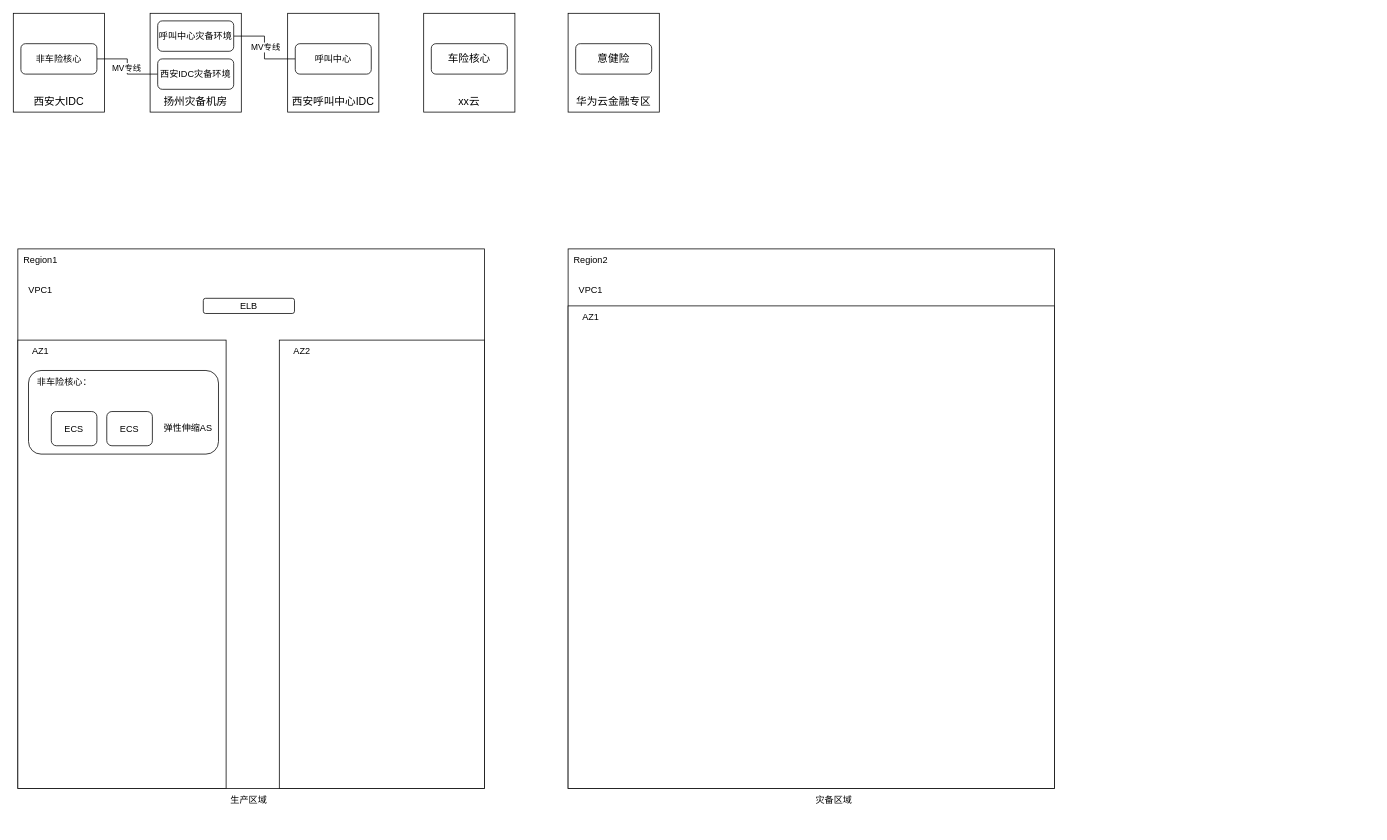
wucaitian/wucaitian keeps this draw.io diagram as 华为云上云架构设计研讨.drawio. Above is the earlier version. Source tidied: cells renumbered, new cells numbered last; positions are measured from the earlier drawing's top-left corner, leaving out a move shared by most shapes. Both pictures are drawn from the tidied source at 76%, with x=0, y=0 at pixel (13, 13).
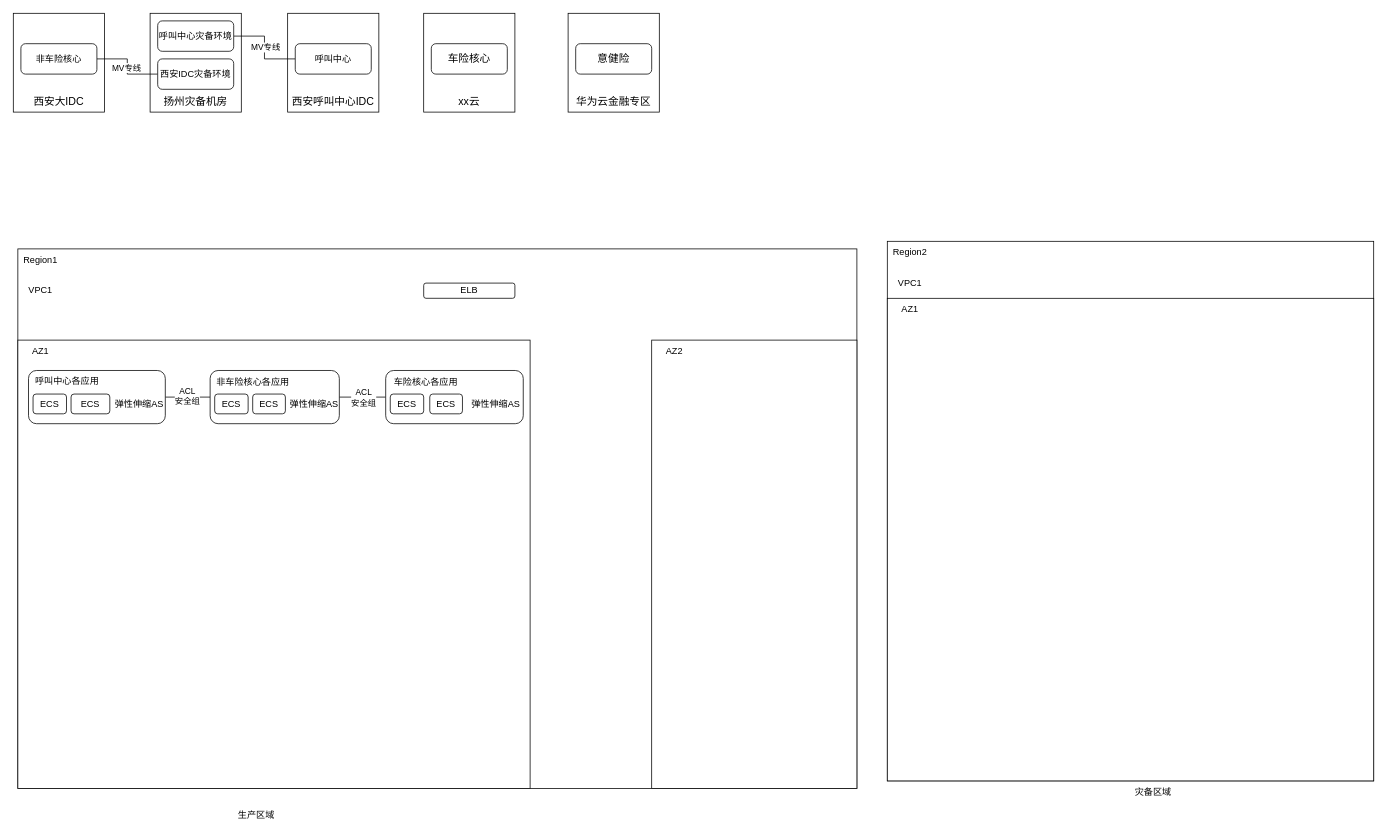
Above is the later version.

Commit message (it also covers changes not shown here):
更新华为云上云架构设计研讨.drawio

The edit, as a diff of the source:
```diff
@@
     <mxCell id="17" value="&lt;p style=&quot;margin: 0pt 0pt 0.0001pt; text-align: justify; font-family: Calibri; font-size: 10.5pt;&quot; class=&quot;MsoNormal&quot;&gt;&lt;br&gt;&lt;/p&gt;" style="rounded=0;whiteSpace=wrap;html=1;" parent="1" vertex="1">
-      <mxGeometry x="6" y="310" width="614" height="710" as="geometry" />
+      <mxGeometry x="6" y="310" width="1104" height="710" as="geometry" />
     </mxCell>
@@
     <mxCell id="19" style="rounded=0;whiteSpace=wrap;html=1;" parent="1" vertex="1">
-      <mxGeometry x="6" y="430" width="274" height="590" as="geometry" />
+      <mxGeometry x="6" y="430" width="674" height="590" as="geometry" />
     </mxCell>
@@
     <mxCell id="21" style="rounded=0;whiteSpace=wrap;html=1;" parent="1" vertex="1">
-      <mxGeometry x="350" y="430" width="270" height="590" as="geometry" />
+      <mxGeometry x="840" y="430" width="270" height="590" as="geometry" />
     </mxCell>
@@
     <mxCell id="23" value="AZ2" style="text;html=1;strokeColor=none;fillColor=none;align=center;verticalAlign=middle;whiteSpace=wrap;rounded=0;" parent="1" vertex="1">
-      <mxGeometry x="350" y="430" width="60" height="30" as="geometry" />
+      <mxGeometry x="840" y="430" width="60" height="30" as="geometry" />
     </mxCell>
     <mxCell id="24" value="生产区域" style="text;html=1;strokeColor=none;fillColor=none;align=center;verticalAlign=middle;whiteSpace=wrap;rounded=0;" parent="1" vertex="1">
-      <mxGeometry x="280" y="1020" width="60" height="30" as="geometry" />
+      <mxGeometry x="290" y="1040" width="60" height="30" as="geometry" />
     </mxCell>
     <mxCell id="25" value="&lt;p style=&quot;margin: 0pt 0pt 0.0001pt; text-align: justify; font-family: Calibri; font-size: 10.5pt;&quot; class=&quot;MsoNormal&quot;&gt;&lt;br&gt;&lt;/p&gt;" style="rounded=0;whiteSpace=wrap;html=1;" parent="1" vertex="1">
-      <mxGeometry x="730" y="310" width="640" height="710" as="geometry" />
+      <mxGeometry x="1150" y="300" width="640" height="710" as="geometry" />
     </mxCell>
     <mxCell id="26" value="Region2" style="text;html=1;strokeColor=none;fillColor=none;align=center;verticalAlign=middle;whiteSpace=wrap;rounded=0;" parent="1" vertex="1">
-      <mxGeometry x="730" y="310" width="60" height="30" as="geometry" />
+      <mxGeometry x="1150" y="300" width="60" height="30" as="geometry" />
     </mxCell>
     <mxCell id="27" style="rounded=0;whiteSpace=wrap;html=1;" parent="1" vertex="1">
-      <mxGeometry x="730" y="385" width="640" height="635" as="geometry" />
+      <mxGeometry x="1150" y="375" width="640" height="635" as="geometry" />
     </mxCell>
     <mxCell id="28" value="VPC1" style="text;html=1;strokeColor=none;fillColor=none;align=center;verticalAlign=middle;whiteSpace=wrap;rounded=0;" parent="1" vertex="1">
-      <mxGeometry x="730" y="350" width="60" height="30" as="geometry" />
+      <mxGeometry x="1150" y="340" width="60" height="30" as="geometry" />
     </mxCell>
     <mxCell id="29" value="AZ1" style="text;html=1;strokeColor=none;fillColor=none;align=center;verticalAlign=middle;whiteSpace=wrap;rounded=0;" parent="1" vertex="1">
-      <mxGeometry x="730" y="385" width="60" height="30" as="geometry" />
+      <mxGeometry x="1150" y="375" width="60" height="30" as="geometry" />
     </mxCell>
     <mxCell id="30" value="灾备区域" style="text;html=1;strokeColor=none;fillColor=none;align=center;verticalAlign=middle;whiteSpace=wrap;rounded=0;" parent="1" vertex="1">
-      <mxGeometry x="1050" y="1020" width="60" height="30" as="geometry" />
+      <mxGeometry x="1470" y="1010" width="60" height="30" as="geometry" />
     </mxCell>
     <mxCell id="31" value="ELB" style="rounded=1;whiteSpace=wrap;html=1;" parent="1" vertex="1">
-      <mxGeometry x="250" y="375" width="120" height="20" as="geometry" />
+      <mxGeometry x="540" y="355" width="120" height="20" as="geometry" />
     </mxCell>
+    <mxCell id="37" style="edgeStyle=orthogonalEdgeStyle;rounded=0;jettySize=auto;html=1;entryX=0;entryY=0.5;entryDx=0;entryDy=0;endArrow=none;endFill=0;" parent="1" edge="1" source="32" target="41">
+      <mxGeometry relative="1" as="geometry" />
+    </mxCell>
+    <mxCell id="38" value="ACL&lt;br&gt;安全组" style="edgeLabel;html=1;align=center;verticalAlign=middle;" parent="37" vertex="1">
+      <mxGeometry x="-0.04" y="2" relative="1" as="geometry" />
+    </mxCell>
     <mxCell id="32" style="rounded=1;whiteSpace=wrap;html=1;" parent="1" vertex="1">
-      <mxGeometry x="20" y="470" width="250" height="110" as="geometry" />
+      <mxGeometry x="20" y="470" width="180" height="70" as="geometry" />
     </mxCell>
     <mxCell id="33" value="ECS" style="rounded=1;whiteSpace=wrap;html=1;" parent="1" vertex="1">
-      <mxGeometry x="50" y="524" width="60" height="45" as="geometry" />
+      <mxGeometry x="26" y="501" width="44" height="26" as="geometry" />
     </mxCell>
     <mxCell id="34" value="ECS" style="rounded=1;whiteSpace=wrap;html=1;" parent="1" vertex="1">
-      <mxGeometry x="123" y="524" width="60" height="45" as="geometry" />
+      <mxGeometry x="76" y="501" width="51" height="26" as="geometry" />
     </mxCell>
     <mxCell id="35" value="弹性伸缩AS" style="text;html=1;strokeColor=none;fillColor=none;align=center;verticalAlign=middle;whiteSpace=wrap;rounded=0;" parent="1" vertex="1">
-      <mxGeometry x="195" y="531" width="70" height="30" as="geometry" />
+      <mxGeometry x="131" y="499" width="70" height="30" as="geometry" />
     </mxCell>
-    <mxCell id="36" value="非车险核心：" style="text;html=1;strokeColor=none;fillColor=none;align=center;verticalAlign=middle;whiteSpace=wrap;rounded=0;" parent="1" vertex="1">
-      <mxGeometry x="25" y="470" width="85" height="30" as="geometry" />
+    <mxCell id="36" value="呼叫中心各应用" style="text;html=1;strokeColor=none;fillColor=none;align=center;verticalAlign=middle;whiteSpace=wrap;rounded=0;" parent="1" vertex="1">
+      <mxGeometry x="26" y="469" width="90" height="30" as="geometry" />
     </mxCell>
+    <mxCell id="39" style="edgeStyle=orthogonalEdgeStyle;rounded=0;jettySize=auto;html=1;entryX=0;entryY=0.5;entryDx=0;entryDy=0;endArrow=none;endFill=0;" parent="1" edge="1" source="41" target="46">
+      <mxGeometry relative="1" as="geometry" />
+    </mxCell>
+    <mxCell id="40" value="ACL&lt;br&gt;安全组" style="edgeLabel;html=1;align=center;verticalAlign=middle;" parent="39" vertex="1">
+      <mxGeometry x="-0.46" relative="1" as="geometry">
+        <mxPoint x="15" as="offset" />
+      </mxGeometry>
+    </mxCell>
+    <mxCell id="41" style="rounded=1;whiteSpace=wrap;html=1;" parent="1" vertex="1">
+      <mxGeometry x="259" y="470" width="170" height="70" as="geometry" />
+    </mxCell>
+    <mxCell id="42" value="ECS" style="rounded=1;whiteSpace=wrap;html=1;" parent="1" vertex="1">
+      <mxGeometry x="265" y="501" width="44" height="26" as="geometry" />
+    </mxCell>
+    <mxCell id="43" value="ECS" style="rounded=1;whiteSpace=wrap;html=1;" parent="1" vertex="1">
+      <mxGeometry x="315" y="501" width="43" height="26" as="geometry" />
+    </mxCell>
+    <mxCell id="44" value="弹性伸缩AS" style="text;html=1;strokeColor=none;fillColor=none;align=center;verticalAlign=middle;whiteSpace=wrap;rounded=0;" parent="1" vertex="1">
+      <mxGeometry x="361" y="499" width="70" height="30" as="geometry" />
+    </mxCell>
+    <mxCell id="45" value="非车险核心各应用" style="text;html=1;strokeColor=none;fillColor=none;align=center;verticalAlign=middle;whiteSpace=wrap;rounded=0;" parent="1" vertex="1">
+      <mxGeometry x="265" y="471" width="101" height="30" as="geometry" />
+    </mxCell>
+    <mxCell id="46" style="rounded=1;whiteSpace=wrap;html=1;" parent="1" vertex="1">
+      <mxGeometry x="490" y="470" width="181" height="70" as="geometry" />
+    </mxCell>
+    <mxCell id="47" value="ECS" style="rounded=1;whiteSpace=wrap;html=1;" parent="1" vertex="1">
+      <mxGeometry x="496" y="501" width="44" height="26" as="geometry" />
+    </mxCell>
+    <mxCell id="48" value="ECS" style="rounded=1;whiteSpace=wrap;html=1;" parent="1" vertex="1">
+      <mxGeometry x="548" y="501" width="43" height="26" as="geometry" />
+    </mxCell>
+    <mxCell id="49" value="弹性伸缩AS" style="text;html=1;strokeColor=none;fillColor=none;align=center;verticalAlign=middle;whiteSpace=wrap;rounded=0;" parent="1" vertex="1">
+      <mxGeometry x="600" y="499" width="70" height="30" as="geometry" />
+    </mxCell>
+    <mxCell id="50" value="车险核心各应用" style="text;html=1;strokeColor=none;fillColor=none;align=center;verticalAlign=middle;whiteSpace=wrap;rounded=0;" parent="1" vertex="1">
+      <mxGeometry x="496" y="470" width="94" height="30" as="geometry" />
+    </mxCell>
```
